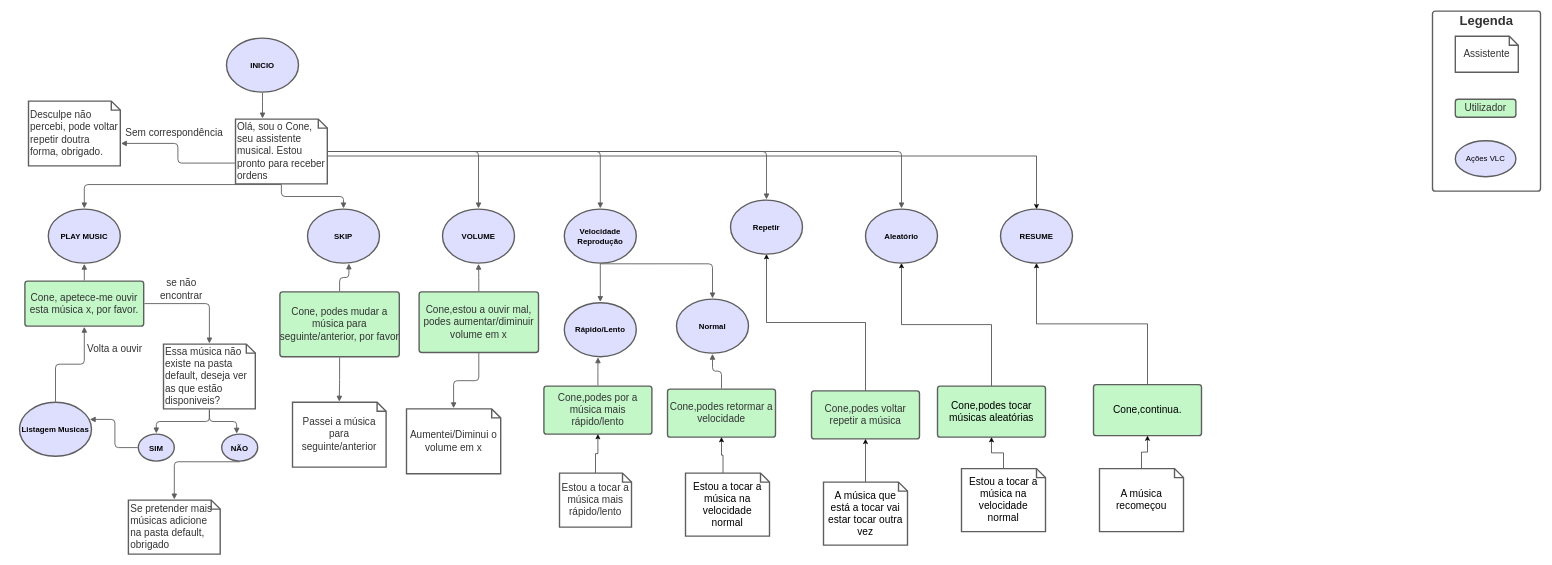
Above: flow_diagram.drawio in tonyevolutionstar/IM_FirstAssigment (draw.io), before the change. Source tidied: cells renumbered, new cells numbered last; positions are measured from the earlier drawing's top-left corner, leaving out a move shared by most shapes. Both pictures are drawn from the tidied source at 60%, with x=0, y=0 at pixel (19, 11).
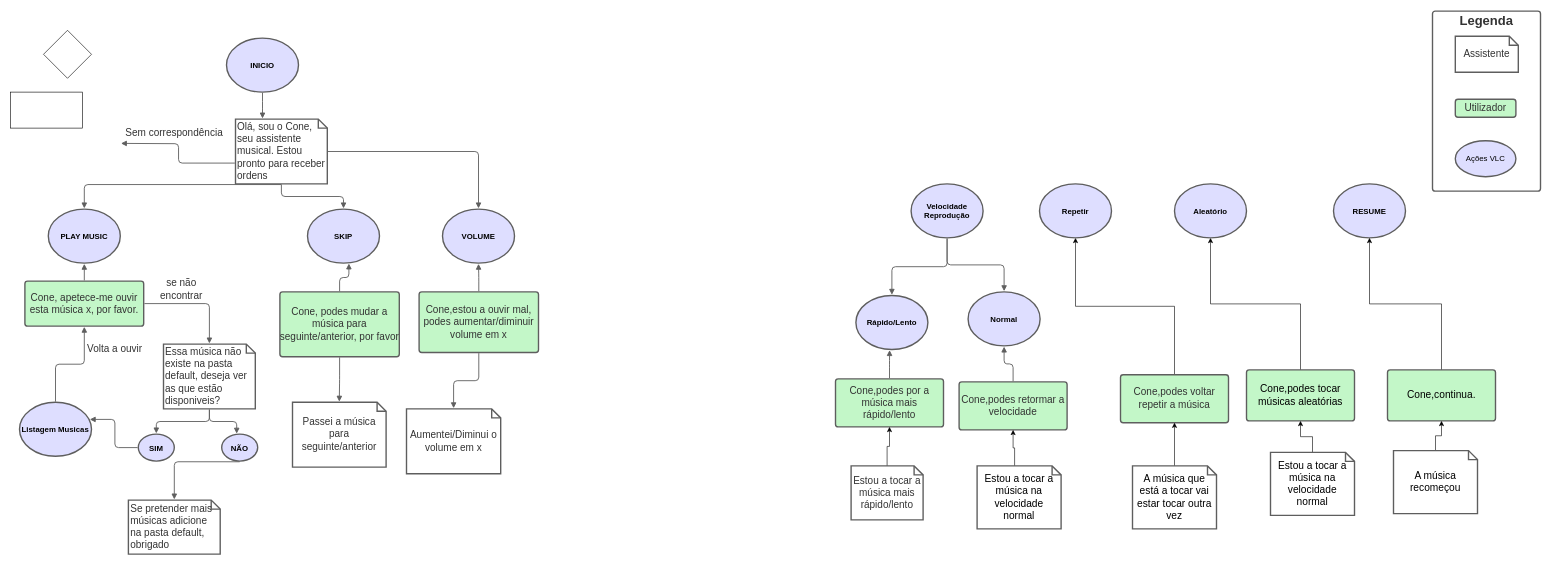
Above is the later version.

Unchanged cells that the change refers to:
```xml
<mxCell id="33" value="Olá, sou o Cone, seu assistente musical. Estou pronto para receber ordens" style="html=1;overflow=block;blockSpacing=1;whiteSpace=wrap;shape=note;size=15;fontSize=16.7;fontColor=#333333;align=left;spacing=3.8;strokeColor=#5e5e5e;strokeOpacity=100;rounded=1;absoluteArcSize=1;arcSize=9;strokeWidth=2.3;" parent="1" vertex="1">
  <mxGeometry x="360" y="180" width="153" height="108" as="geometry" />
</mxCell>
```

What changed in the source:
```diff
@@
     <mxCell id="4" value="Cone,podes retormar a velocidade" style="html=1;overflow=block;blockSpacing=1;whiteSpace=wrap;fontSize=16.7;fontColor=#333333;spacing=0;strokeColor=#5e5e5e;strokeOpacity=100;fillOpacity=100;rounded=1;absoluteArcSize=1;arcSize=9;fillColor=#c3f7c8;strokeWidth=2.3;" parent="1" vertex="1">
-      <mxGeometry x="1080" y="630" width="180" height="80" as="geometry" />
+      <mxGeometry x="1566" y="618" width="180" height="80" as="geometry" />
     </mxCell>
@@
     <mxCell id="6" value="&lt;font style=&quot;font-size: 17px;&quot;&gt;Cone,podes tocar músicas aleatórias&lt;/font&gt;" style="html=1;overflow=block;blockSpacing=1;whiteSpace=wrap;fontSize=13;spacing=0;strokeColor=#5e5e5e;strokeOpacity=100;fillOpacity=100;rounded=1;absoluteArcSize=1;arcSize=9;fillColor=#c3f7c8;strokeWidth=2.3;" parent="1" vertex="1">
-      <mxGeometry x="1530" y="625" width="180" height="85" as="geometry" />
+      <mxGeometry x="2045" y="598" width="180" height="85" as="geometry" />
     </mxCell>
@@
     <mxCell id="8" value="Cone,podes voltar repetir a música" style="html=1;overflow=block;blockSpacing=1;whiteSpace=wrap;fontSize=16.7;fontColor=#333333;spacing=0;strokeColor=#5e5e5e;strokeOpacity=100;fillOpacity=100;rounded=1;absoluteArcSize=1;arcSize=9;fillColor=#c3f7c8;strokeWidth=2.3;" parent="1" vertex="1">
-      <mxGeometry x="1320" y="633" width="180" height="80" as="geometry" />
+      <mxGeometry x="1835" y="606" width="180" height="80" as="geometry" />
     </mxCell>
@@
     <mxCell id="10" value="Cone,podes por a música mais rápido/lento" style="html=1;overflow=block;blockSpacing=1;whiteSpace=wrap;fontSize=16.7;fontColor=#333333;spacing=0;strokeColor=#5e5e5e;strokeOpacity=100;fillOpacity=100;rounded=1;absoluteArcSize=1;arcSize=9;fillColor=#c3f7c8;strokeWidth=2.3;" parent="1" vertex="1">
-      <mxGeometry x="874" y="625" width="180" height="80" as="geometry" />
+      <mxGeometry x="1360" y="613" width="180" height="80" as="geometry" />
     </mxCell>
@@
-    <mxCell id="18" value="Desculpe não percebi, pode voltar repetir doutra forma, obrigado." style="html=1;overflow=block;blockSpacing=1;whiteSpace=wrap;shape=note;size=15;fontSize=16.7;fontColor=#333333;align=left;spacing=3.8;strokeColor=#5e5e5e;strokeOpacity=100;rounded=1;absoluteArcSize=1;arcSize=9;strokeWidth=2.3;" parent="1" vertex="1">
-      <mxGeometry x="15" y="150" width="153" height="108" as="geometry" />
-    </mxCell>
@@
     <mxCell id="21" value="Repetir" style="html=1;overflow=block;blockSpacing=1;whiteSpace=wrap;ellipse;fontSize=13;fontStyle=1;spacing=3.8;strokeColor=#5e5e5e;strokeOpacity=100;fillOpacity=100;rounded=1;absoluteArcSize=1;arcSize=9;fillColor=#dedeff;strokeWidth=2.3;" parent="1" vertex="1">
-      <mxGeometry x="1185" y="315" width="120" height="90" as="geometry" />
+      <mxGeometry x="1700" y="288" width="120" height="90" as="geometry" />
     </mxCell>
     <mxCell id="22" value="Rápido/Lento" style="html=1;overflow=block;blockSpacing=1;whiteSpace=wrap;ellipse;fontSize=13;fontStyle=1;spacing=3.8;strokeColor=#5e5e5e;strokeOpacity=100;fillOpacity=100;rounded=1;absoluteArcSize=1;arcSize=9;fillColor=#dedeff;strokeWidth=2.3;" parent="1" vertex="1">
-      <mxGeometry x="908" y="486" width="120" height="90" as="geometry" />
+      <mxGeometry x="1394" y="474" width="120" height="90" as="geometry" />
     </mxCell>
     <mxCell id="23" value="Normal" style="html=1;overflow=block;blockSpacing=1;whiteSpace=wrap;ellipse;fontSize=13;fontStyle=1;spacing=3.8;strokeColor=#5e5e5e;strokeOpacity=100;fillOpacity=100;rounded=1;absoluteArcSize=1;arcSize=9;fillColor=#dedeff;strokeWidth=2.3;" parent="1" vertex="1">
-      <mxGeometry x="1095" y="480" width="120" height="90" as="geometry" />
+      <mxGeometry x="1581" y="468" width="120" height="90" as="geometry" />
     </mxCell>
@@
-    <mxCell id="32" style="edgeStyle=orthogonalEdgeStyle;rounded=0;jettySize=auto;html=1;exitX=0;exitY=0;exitDx=152.99999999999997;exitDy=61.5;exitPerimeter=0;entryX=0.5;entryY=0;entryDx=0;entryDy=0;fontSize=17;" parent="1" edge="1" source="33" target="56">
-      <mxGeometry relative="1" as="geometry">
-        <Array as="points">
-          <mxPoint x="1695" y="241" />
-        </Array>
-      </mxGeometry>
-    </mxCell>
@@
-    <mxCell id="41" style="html=1;jettySize=18;whiteSpace=wrap;fontSize=13;strokeColor=#5E5E5E;strokeWidth=1.5;rounded=1;arcSize=12;edgeStyle=orthogonalEdgeStyle;startArrow=none;endArrow=block;endFill=1;exitX=-0.007;exitY=0.679;exitPerimeter=0;entryX=1.007;entryY=0.653;entryPerimeter=0;" parent="1" edge="1" source="33" target="18">
-      <mxGeometry relative="1" as="geometry" />
+    <mxCell id="41" style="html=1;jettySize=18;whiteSpace=wrap;fontSize=13;strokeColor=#5E5E5E;strokeWidth=1.5;rounded=1;arcSize=12;edgeStyle=orthogonalEdgeStyle;startArrow=none;endArrow=block;endFill=1;exitX=-0.007;exitY=0.679;exitPerimeter=0;entryX=1.007;entryY=0.653;entryPerimeter=0;" parent="1" edge="1" source="33">
+      <mxGeometry relative="1" as="geometry">
+        <mxPoint x="169.1" y="220.5" as="targetPoint" />
+      </mxGeometry>
     </mxCell>
@@
     <mxCell id="43" value="Velocidade Reprodução" style="html=1;overflow=block;blockSpacing=1;whiteSpace=wrap;ellipse;fontSize=13;fontStyle=1;spacing=3.8;strokeColor=#5e5e5e;strokeOpacity=100;fillOpacity=100;rounded=1;absoluteArcSize=1;arcSize=9;fillColor=#dedeff;strokeWidth=2.3;" parent="1" vertex="1">
-      <mxGeometry x="908" y="330" width="120" height="90" as="geometry" />
+      <mxGeometry x="1486" y="288" width="120" height="90" as="geometry" />
     </mxCell>
@@
-    <mxCell id="50" style="html=1;jettySize=18;whiteSpace=wrap;fontSize=13;strokeColor=#5E5E5E;strokeWidth=1.5;rounded=1;arcSize=12;edgeStyle=orthogonalEdgeStyle;startArrow=none;endArrow=block;endFill=1;exitX=1.007;exitY=0.5;exitPerimeter=0;entryX=0.5;entryY=-0.013;entryPerimeter=0;" parent="1" edge="1" source="33" target="43">
-      <mxGeometry relative="1" as="geometry" />
-    </mxCell>
@@
-    <mxCell id="52" style="html=1;jettySize=18;whiteSpace=wrap;fontSize=13;strokeColor=#5E5E5E;strokeWidth=1.5;rounded=1;arcSize=12;edgeStyle=orthogonalEdgeStyle;startArrow=none;endArrow=block;endFill=1;exitX=1.007;exitY=0.5;exitPerimeter=0;entryX=0.5;entryY=-0.013;entryPerimeter=0;" parent="1" edge="1" source="33" target="21">
-      <mxGeometry relative="1" as="geometry" />
-    </mxCell>
     <mxCell id="53" value="Aleatório" style="html=1;overflow=block;blockSpacing=1;whiteSpace=wrap;ellipse;fontSize=13;fontStyle=1;spacing=3.8;strokeColor=#5e5e5e;strokeOpacity=100;fillOpacity=100;rounded=1;absoluteArcSize=1;arcSize=9;fillColor=#dedeff;strokeWidth=2.3;" parent="1" vertex="1">
-      <mxGeometry x="1410" y="330" width="120" height="90" as="geometry" />
+      <mxGeometry x="1925" y="288" width="120" height="90" as="geometry" />
     </mxCell>
@@
-    <mxCell id="55" style="html=1;jettySize=18;whiteSpace=wrap;fontSize=13;strokeColor=#5E5E5E;strokeWidth=1.5;rounded=1;arcSize=12;edgeStyle=orthogonalEdgeStyle;startArrow=none;endArrow=block;endFill=1;exitX=1.007;exitY=0.5;exitPerimeter=0;entryX=0.5;entryY=-0.013;entryPerimeter=0;" parent="1" edge="1" source="33" target="53">
-      <mxGeometry relative="1" as="geometry" />
-    </mxCell>
     <mxCell id="56" value="&lt;b&gt;RESUME&lt;/b&gt;" style="html=1;overflow=block;blockSpacing=1;whiteSpace=wrap;ellipse;fontSize=13;spacing=3.8;strokeColor=#5e5e5e;strokeOpacity=100;fillOpacity=100;rounded=1;absoluteArcSize=1;arcSize=9;fillColor=#dedeff;strokeWidth=2.3;" parent="1" vertex="1">
-      <mxGeometry x="1635" y="330" width="120" height="90" as="geometry" />
+      <mxGeometry x="2190" y="288" width="120" height="90" as="geometry" />
     </mxCell>
@@
     <mxCell id="62" value="Estou a tocar a música mais rápido/lento" style="html=1;overflow=block;blockSpacing=1;whiteSpace=wrap;shape=note;size=15;fontSize=16.7;fontColor=#333333;spacing=3.8;strokeColor=#5e5e5e;strokeOpacity=100;rounded=1;absoluteArcSize=1;arcSize=9;strokeWidth=2.3;" parent="1" vertex="1">
-      <mxGeometry x="900" y="770" width="120" height="90" as="geometry" />
+      <mxGeometry x="1386" y="758" width="120" height="90" as="geometry" />
     </mxCell>
@@
     <mxCell id="64" value="&lt;font style=&quot;font-size: 17px;&quot;&gt;Estou a tocar a música na velocidade normal&lt;/font&gt;" style="html=1;overflow=block;blockSpacing=1;whiteSpace=wrap;shape=note;size=15;fontSize=13;spacing=3.8;strokeColor=#5e5e5e;strokeOpacity=100;rounded=1;absoluteArcSize=1;arcSize=9;strokeWidth=2.3;" parent="1" vertex="1">
-      <mxGeometry x="1110" y="770" width="140" height="105" as="geometry" />
+      <mxGeometry x="1596" y="758" width="140" height="105" as="geometry" />
     </mxCell>
@@
     <mxCell id="66" value="&lt;font style=&quot;font-size: 17px;&quot;&gt;A música que está a tocar vai estar tocar outra vez&lt;/font&gt;" style="html=1;overflow=block;blockSpacing=1;whiteSpace=wrap;shape=note;size=15;fontSize=13;spacing=3.8;strokeColor=#5e5e5e;strokeOpacity=100;rounded=1;absoluteArcSize=1;arcSize=9;strokeWidth=2.3;" parent="1" vertex="1">
-      <mxGeometry x="1340" y="785" width="140" height="105" as="geometry" />
+      <mxGeometry x="1855" y="758" width="140" height="105" as="geometry" />
     </mxCell>
@@
     <mxCell id="68" value="&lt;font style=&quot;font-size: 17px;&quot;&gt;Estou a tocar a música na velocidade normal&lt;/font&gt;" style="html=1;overflow=block;blockSpacing=1;whiteSpace=wrap;shape=note;size=15;fontSize=13;spacing=3.8;strokeColor=#5e5e5e;strokeOpacity=100;rounded=1;absoluteArcSize=1;arcSize=9;strokeWidth=2.3;" parent="1" vertex="1">
-      <mxGeometry x="1570" y="762.5" width="140" height="105" as="geometry" />
+      <mxGeometry x="2085" y="735.5" width="140" height="105" as="geometry" />
     </mxCell>
@@
     <mxCell id="70" value="&lt;font style=&quot;font-size: 17px;&quot;&gt;Cone,continua.&lt;/font&gt;" style="html=1;overflow=block;blockSpacing=1;whiteSpace=wrap;fontSize=13;spacing=0;strokeColor=#5e5e5e;strokeOpacity=100;fillOpacity=100;rounded=1;absoluteArcSize=1;arcSize=9;fillColor=#c3f7c8;strokeWidth=2.3;" parent="1" vertex="1">
-      <mxGeometry x="1790" y="622.5" width="180" height="85" as="geometry" />
+      <mxGeometry x="2280" y="598" width="180" height="85" as="geometry" />
     </mxCell>
@@
     <mxCell id="72" value="&lt;font style=&quot;font-size: 17px;&quot;&gt;A música recomeçou&lt;/font&gt;" style="html=1;overflow=block;blockSpacing=1;whiteSpace=wrap;shape=note;size=15;fontSize=13;spacing=3.8;strokeColor=#5e5e5e;strokeOpacity=100;rounded=1;absoluteArcSize=1;arcSize=9;strokeWidth=2.3;" parent="1" vertex="1">
-      <mxGeometry x="1800" y="762.5" width="140" height="105" as="geometry" />
+      <mxGeometry x="2290" y="732.5" width="140" height="105" as="geometry" />
     </mxCell>
+    <mxCell id="73" style="rhombus;whiteSpace=wrap;html=1;" parent="1" vertex="1">
+      <mxGeometry x="40" y="32" width="80" height="80" as="geometry" />
+    </mxCell>
+    <mxCell id="74" style="rounded=0;whiteSpace=wrap;html=1;" parent="1" vertex="1">
+      <mxGeometry x="-15" y="135" width="120" height="60" as="geometry" />
+    </mxCell>
```
